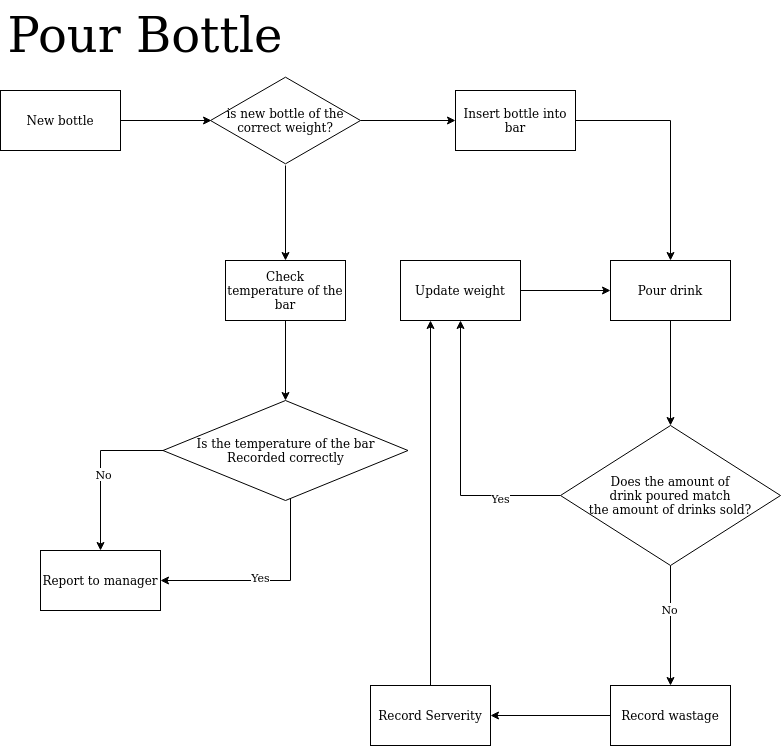
Before: images/pour_spirit-Pour Bottle.png, a diagram exported from draw.io (jake4327/Fundamental_Project). Source tidied: cells renumbered, new cells last; positions are measured from the earlier drawing's top-left corner, leaving out a move shared by most shapes.
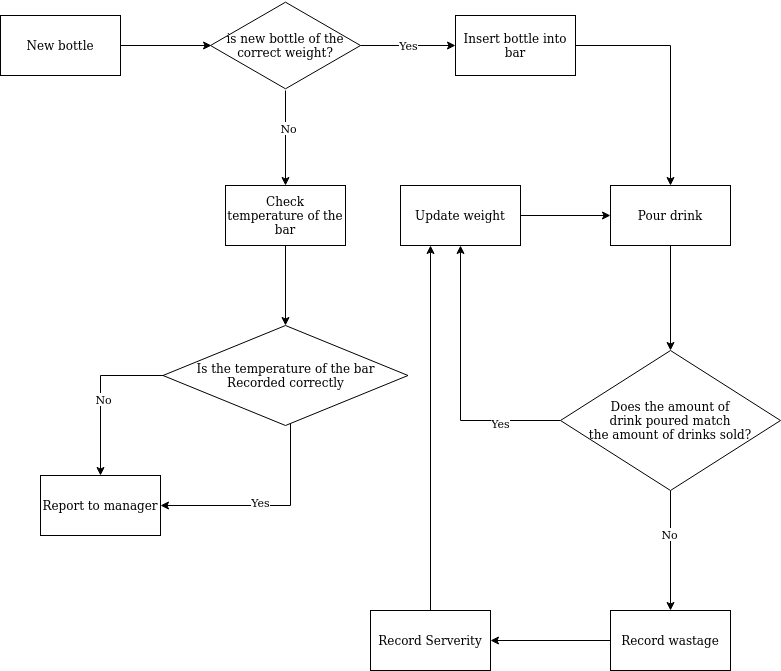
After the change.

Diff of the diagram source:
```diff
@@ -8,15 +8,15 @@
     <mxCell id="3" value="New bottle" style="rounded=0;whiteSpace=wrap;html=1;" parent="1" vertex="1">
       <mxGeometry y="90" width="120" height="60" as="geometry" />
     </mxCell>
-    <mxCell id="4" value="&lt;font style=&quot;font-size: 48px&quot;&gt;Pour Bottle&lt;/font&gt;" style="text;html=1;strokeColor=none;fillColor=none;align=center;verticalAlign=middle;whiteSpace=wrap;rounded=0;" parent="1" vertex="1">
-      <mxGeometry width="290" height="70" as="geometry" />
-    </mxCell>
-    <mxCell id="5" style="edgeStyle=orthogonalEdgeStyle;rounded=0;jettySize=auto;html=1;strokeColor=#000000;" parent="1" edge="1" source="7" target="9">
+    <mxCell id="5" value="Yes" style="edgeStyle=orthogonalEdgeStyle;rounded=0;jettySize=auto;html=1;strokeColor=#000000;" parent="1" edge="1" source="7" target="9">
       <mxGeometry relative="1" as="geometry" />
     </mxCell>
     <mxCell id="6" style="edgeStyle=orthogonalEdgeStyle;rounded=0;jettySize=auto;html=1;strokeColor=#000000;" parent="1" edge="1" source="7" target="11">
       <mxGeometry relative="1" as="geometry" />
     </mxCell>
+    <mxCell id="31" value="No" style="edgeLabel;html=1;align=center;verticalAlign=middle;" parent="6" vertex="1">
+      <mxGeometry x="-0.22" y="2" relative="1" as="geometry" />
+    </mxCell>
     <mxCell id="7" value="is new bottle of the correct weight?" style="html=1;whiteSpace=wrap;shape=isoRectangle;" parent="1" vertex="1">
       <mxGeometry x="210" y="75" width="150" height="90" as="geometry" />
     </mxCell>
```
